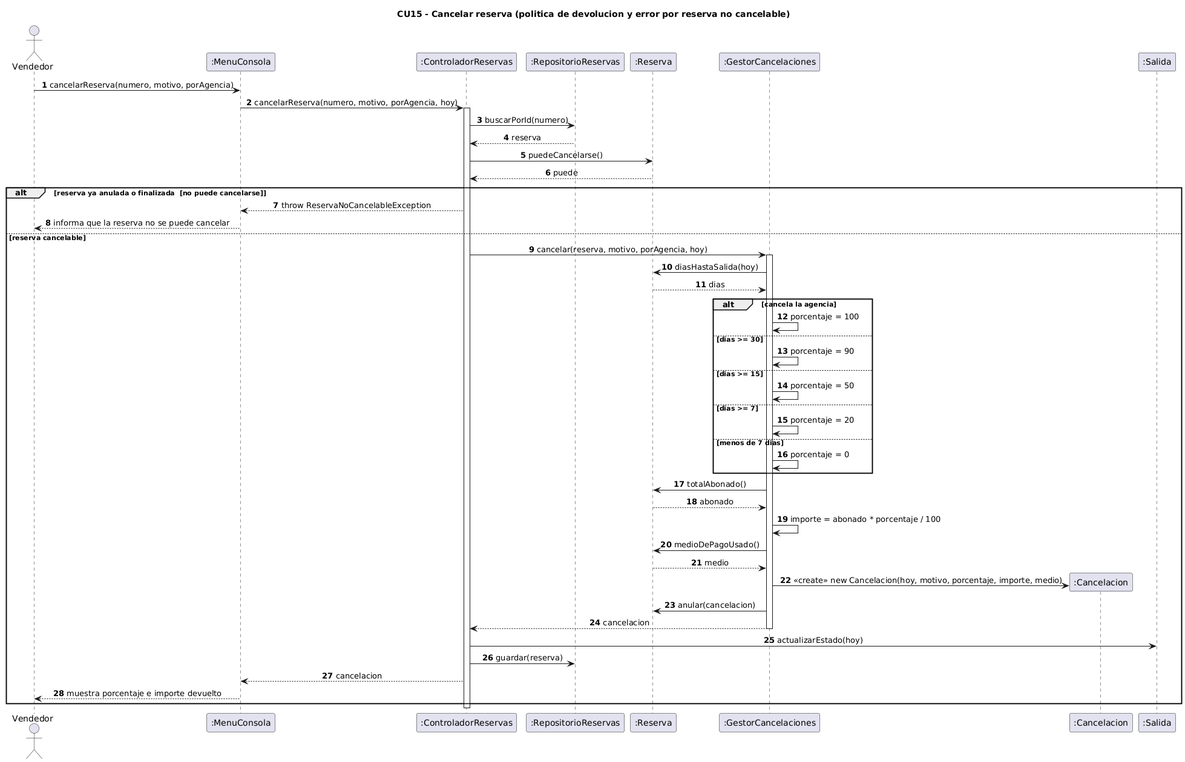
CarlosDanielOK/Avion keeps this PlantUML diagram as docs/uml/03-secuencia-cancelar-reserva.png. Above is the earlier version.
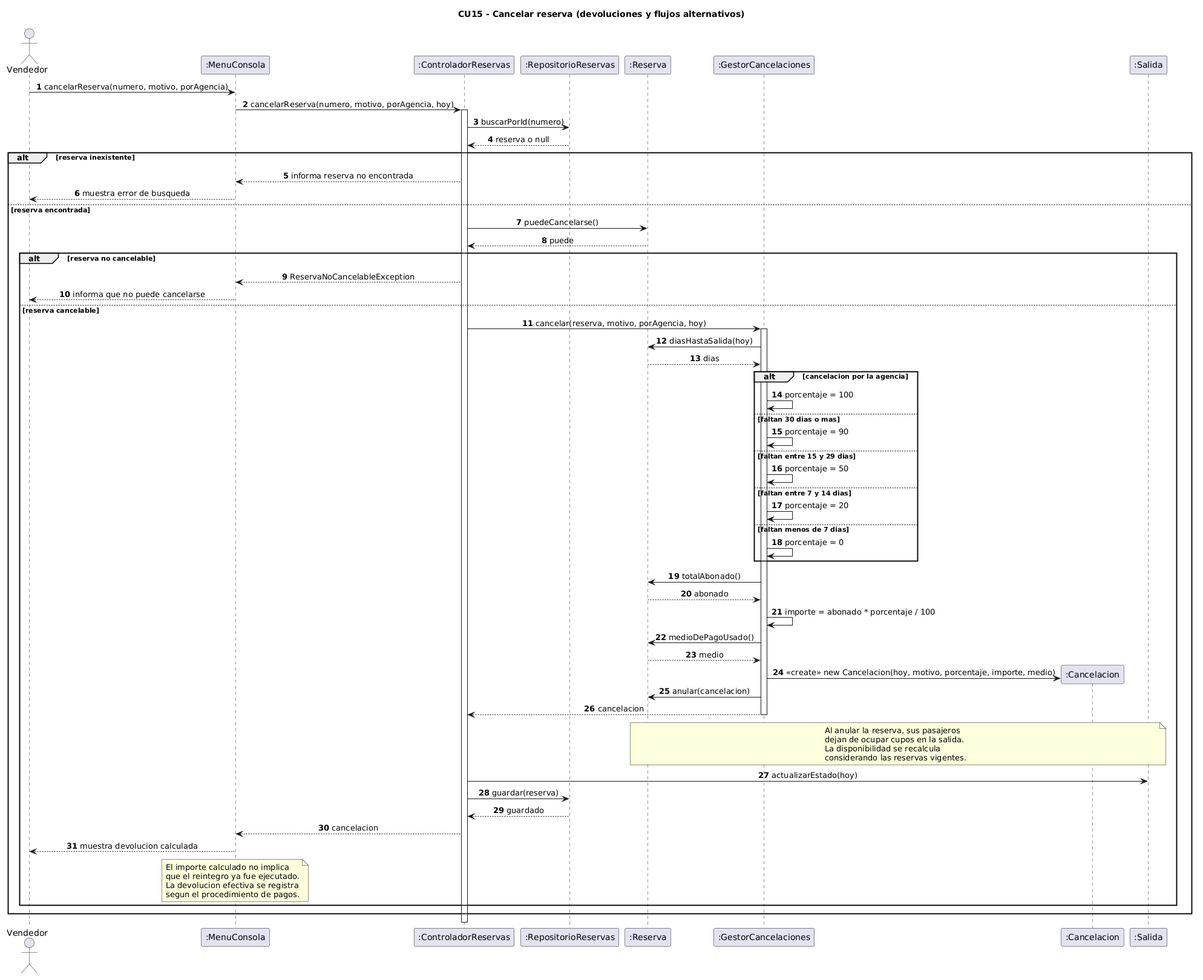
Above is the later version.

The edit, as a diff of the source:
```diff
@@ -1,5 +1,6 @@
-@startuml 03-secuencia-cancelar-reserva
-title CU15 - Cancelar reserva (politica de devolucion y error por reserva no cancelable)
+@startuml
+title CU15 - Cancelar reserva (devoluciones y flujos alternativos)
+
 skinparam shadowing false
 skinparam backgroundColor White
 skinparam sequenceMessageAlign center
@@ -17,44 +18,79 @@
 Vendedor -> UI : cancelarReserva(numero, motivo, porAgencia)
 UI -> CTRL : cancelarReserva(numero, motivo, porAgencia, hoy)
 activate CTRL
+
 CTRL -> REPO : buscarPorId(numero)
-REPO --> CTRL : reserva
-CTRL -> RES : puedeCancelarse()
-RES --> CTRL : puede
+REPO --> CTRL : reserva o null
 
-alt reserva ya anulada o finalizada  [no puede cancelarse]
-  CTRL --> UI : throw ReservaNoCancelableException
-  UI --> Vendedor : informa que la reserva no se puede cancelar
-else reserva cancelable
-  CTRL -> GC : cancelar(reserva, motivo, porAgencia, hoy)
-  activate GC
-  GC -> RES : diasHastaSalida(hoy)
-  RES --> GC : dias
-  alt cancela la agencia
-    GC -> GC : porcentaje = 100
-  else dias >= 30
-    GC -> GC : porcentaje = 90
-  else dias >= 15
-    GC -> GC : porcentaje = 50
-  else dias >= 7
-    GC -> GC : porcentaje = 20
-  else menos de 7 dias
-    GC -> GC : porcentaje = 0
+alt reserva inexistente
+  CTRL --> UI : informa reserva no encontrada
+  UI --> Vendedor : muestra error de busqueda
+
+else reserva encontrada
+  CTRL -> RES : puedeCancelarse()
+  RES --> CTRL : puede
+
+  alt reserva no cancelable
+    CTRL --> UI : ReservaNoCancelableException
+    UI --> Vendedor : informa que no puede cancelarse
+
+  else reserva cancelable
+    CTRL -> GC : cancelar(reserva, motivo, porAgencia, hoy)
+    activate GC
+
+    GC -> RES : diasHastaSalida(hoy)
+    RES --> GC : dias
+
+    alt cancelacion por la agencia
+      GC -> GC : porcentaje = 100
+    else faltan 30 dias o mas
+      GC -> GC : porcentaje = 90
+    else faltan entre 15 y 29 dias
+      GC -> GC : porcentaje = 50
+    else faltan entre 7 y 14 dias
+      GC -> GC : porcentaje = 20
+    else faltan menos de 7 dias
+      GC -> GC : porcentaje = 0
+    end
+
+    GC -> RES : totalAbonado()
+    RES --> GC : abonado
+
+    GC -> GC : importe = abonado * porcentaje / 100
+
+    GC -> RES : medioDePagoUsado()
+    RES --> GC : medio
+
+    create CAN
+    GC -> CAN : <<create>> new Cancelacion(hoy, motivo, porcentaje, importe, medio)
+
+    GC -> RES : anular(cancelacion)
+    GC --> CTRL : cancelacion
+    deactivate GC
+
+    note over RES,SAL
+      Al anular la reserva, sus pasajeros
+      dejan de ocupar cupos en la salida.
+      La disponibilidad se recalcula
+      considerando las reservas vigentes.
+    end note
+
+    CTRL -> SAL : actualizarEstado(hoy)
+    CTRL -> REPO : guardar(reserva)
+    REPO --> CTRL : guardado
+
+    CTRL --> UI : cancelacion
+    UI --> Vendedor : muestra devolucion calculada
+
+    note over UI
+      El importe calculado no implica
+      que el reintegro ya fue ejecutado.
+      La devolucion efectiva se registra
+      segun el procedimiento de pagos.
+    end note
+
   end
-  GC -> RES : totalAbonado()
-  RES --> GC : abonado
-  GC -> GC : importe = abonado * porcentaje / 100
-  GC -> RES : medioDePagoUsado()
-  RES --> GC : medio
-  create CAN
-  GC -> CAN : <<create>> new Cancelacion(hoy, motivo, porcentaje, importe, medio)
-  GC -> RES : anular(cancelacion)
-  GC --> CTRL : cancelacion
-  deactivate GC
-  CTRL -> SAL : actualizarEstado(hoy)
-  CTRL -> REPO : guardar(reserva)
-  CTRL --> UI : cancelacion
-  UI --> Vendedor : muestra porcentaje e importe devuelto
 end
+
 deactivate CTRL
 @enduml
```
